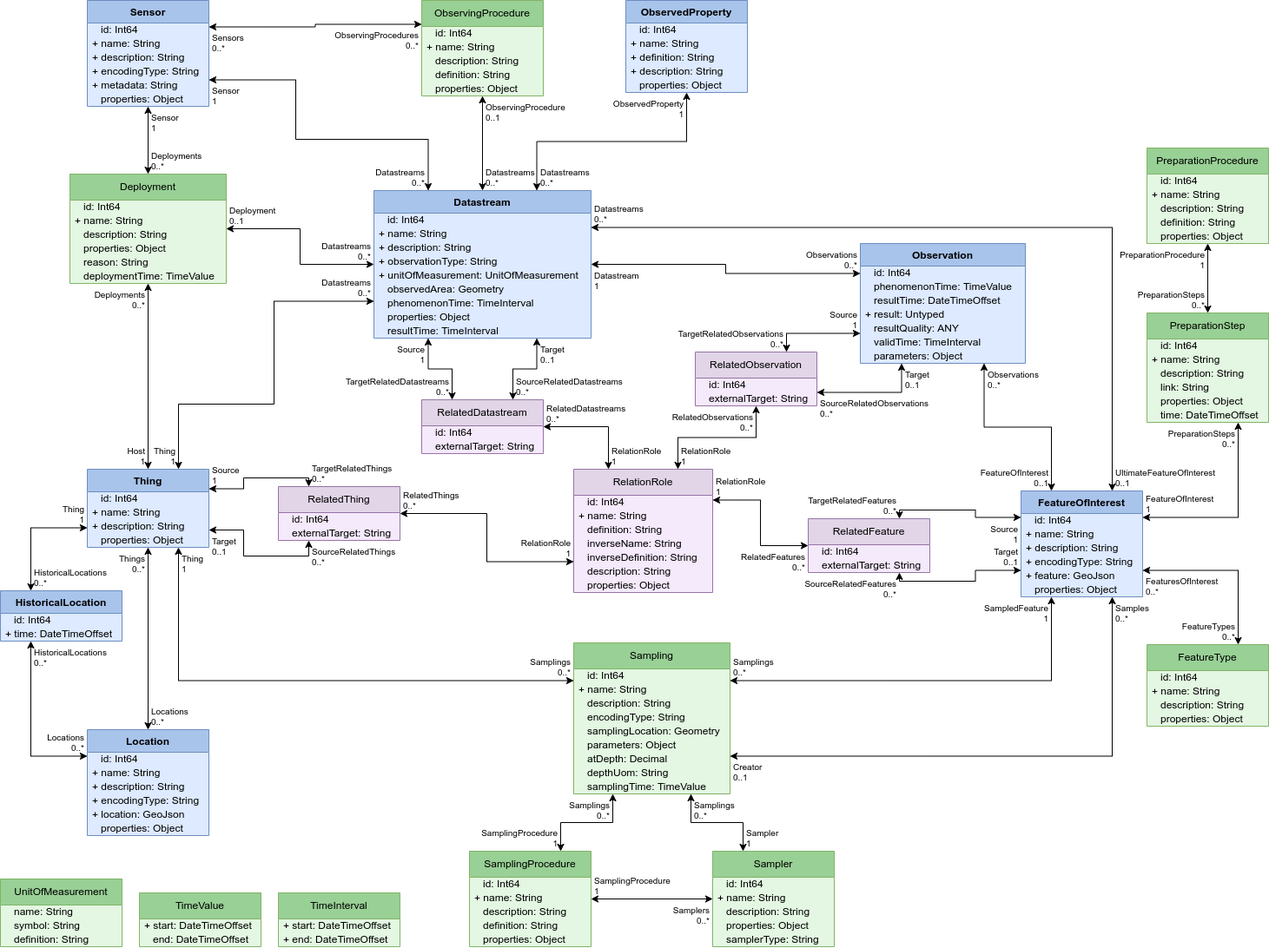
Before: Datamodel-SensorThingsApi-WaterQualityIE-implemented.drawio.png, a diagram exported from draw.io (hylkevds/FROST-Server.Plugin.WaterQualityIE). Source tidied: cells renumbered, new cells last; positions are measured from the earlier drawing's top-left corner, leaving out a move shared by most shapes.
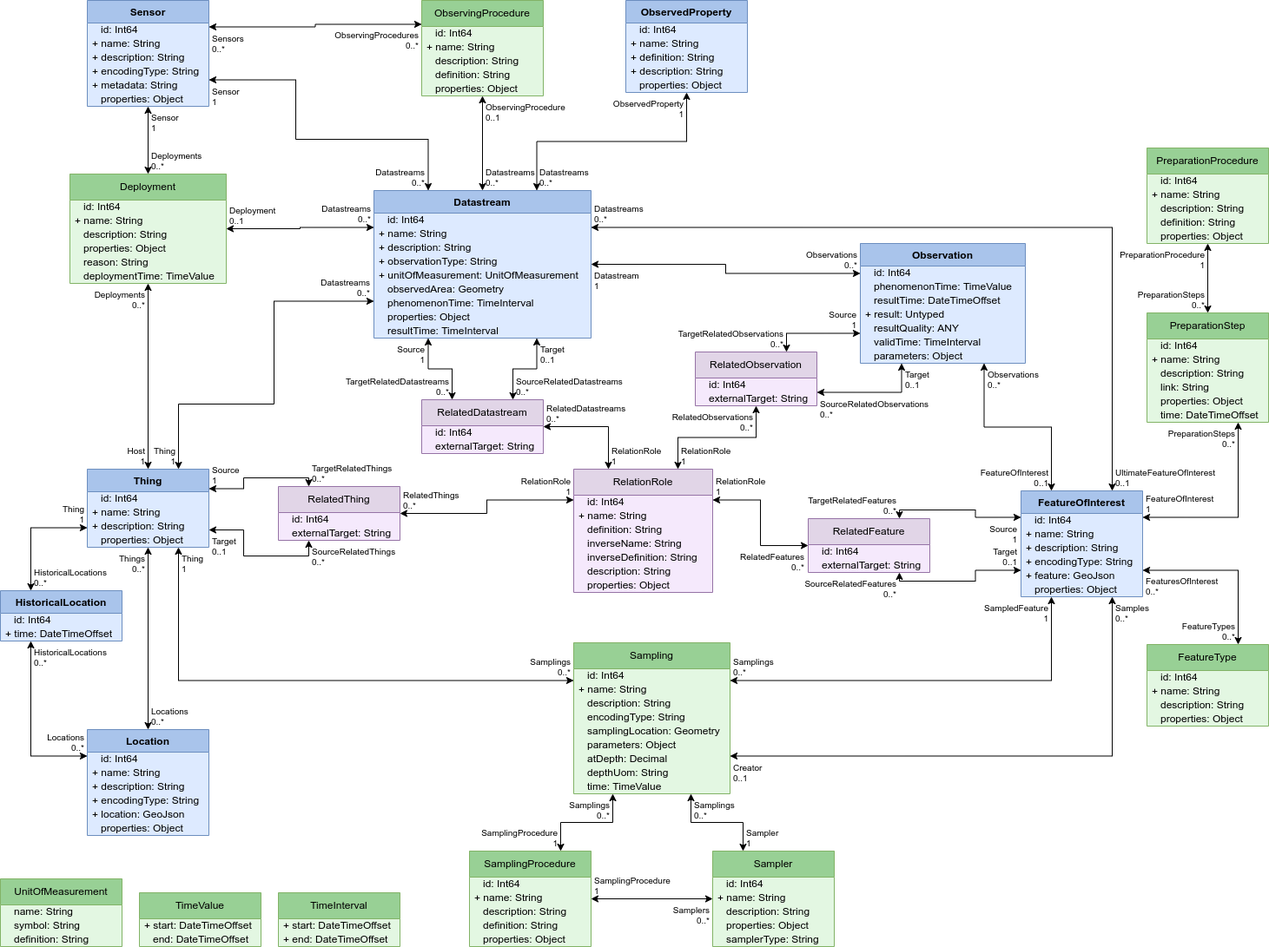
After the change.

Commit message:
Changed Sampling/samplingTime to time

What changed in the source:
```diff
@@ -440,7 +440,7 @@
     <mxCell id="147" value="RelatedObservations&lt;br&gt;0..*" style="edgeLabel;html=1;align=right;verticalAlign=top;labelBackgroundColor=none;fontSize=10;spacingLeft=1;spacing=3;spacingRight=2;" parent="145" vertex="1">
       <mxGeometry x="1" relative="1" as="geometry" />
     </mxCell>
-    <mxCell id="148" style="endArrow=classic;startArrow=classic;html=1;rounded=0;exitX=0;exitY=0.75;exitDx=0;exitDy=0;entryX=1;entryY=0.5;entryDx=0;entryDy=0;edgeStyle=orthogonalEdgeStyle;" parent="1" edge="1" source="131" target="128">
+    <mxCell id="148" style="endArrow=classic;startArrow=classic;html=1;rounded=0;exitX=0;exitY=0.25;exitDx=0;exitDy=0;entryX=1;entryY=0.5;entryDx=0;entryDy=0;edgeStyle=orthogonalEdgeStyle;" parent="1" edge="1" source="131" target="128">
       <mxGeometry relative="1" as="geometry" />
     </mxCell>
     <mxCell id="149" value="RelationRole&lt;br&gt;1" style="edgeLabel;html=1;align=right;verticalAlign=bottom;labelBackgroundColor=none;fontSize=10;spacingLeft=1;spacing=3;spacingRight=2;" parent="148" vertex="1">
@@ -494,7 +494,7 @@
     <mxCell id="165" value="&amp;nbsp;&amp;nbsp;&amp;nbsp;depthUom: String" style="text;strokeColor=none;fillColor=none;align=left;verticalAlign=middle;spacingLeft=4;spacingRight=4;overflow=visible;html=1;" parent="157" vertex="1">
       <mxGeometry y="142" width="180" height="16" as="geometry" />
     </mxCell>
-    <mxCell id="166" value="&amp;nbsp;&amp;nbsp;&amp;nbsp;samplingTime: TimeValue" style="text;strokeColor=none;fillColor=none;align=left;verticalAlign=middle;spacingLeft=4;spacingRight=4;overflow=visible;html=1;" parent="157" vertex="1">
+    <mxCell id="166" value="&amp;nbsp;&amp;nbsp;&amp;nbsp;time: TimeValue" style="text;strokeColor=none;fillColor=none;align=left;verticalAlign=middle;spacingLeft=4;spacingRight=4;overflow=visible;html=1;" parent="157" vertex="1">
       <mxGeometry y="158" width="180" height="16" as="geometry" />
     </mxCell>
     <mxCell id="167" style="endArrow=classic;startArrow=classic;html=1;rounded=0;entryX=0.25;entryY=1;entryDx=0;entryDy=0;edgeStyle=orthogonalEdgeStyle;exitX=1;exitY=0.25;exitDx=0;exitDy=0;" parent="1" edge="1" source="157" target="19">
@@ -735,7 +735,7 @@
     <mxCell id="239" value="&amp;nbsp;&amp;nbsp;&amp;nbsp;definition: String" style="text;strokeColor=none;fillColor=none;align=left;verticalAlign=middle;spacingLeft=4;spacingRight=4;overflow=visible;html=1;" parent="236" vertex="1">
       <mxGeometry y="62" width="140" height="16" as="geometry" />
     </mxCell>
-    <mxCell id="240" style="endArrow=classic;startArrow=classic;html=1;rounded=0;exitX=1;exitY=0.5;exitDx=0;exitDy=0;entryX=0;entryY=0.5;entryDx=0;entryDy=0;edgeStyle=orthogonalEdgeStyle;" parent="1" edge="1" source="12" target="2">
+    <mxCell id="240" style="endArrow=classic;startArrow=classic;html=1;rounded=0;exitX=1;exitY=0.5;exitDx=0;exitDy=0;entryX=0;entryY=0.25;entryDx=0;entryDy=0;edgeStyle=orthogonalEdgeStyle;" parent="1" edge="1" source="12" target="2">
       <mxGeometry relative="1" as="geometry" />
     </mxCell>
     <mxCell id="241" value="Deployment&lt;br&gt;0..1" style="edgeLabel;html=1;align=left;verticalAlign=bottom;labelBackgroundColor=none;fontSize=10;spacingLeft=1;spacing=3;spacingRight=2;" parent="240" vertex="1">
```
